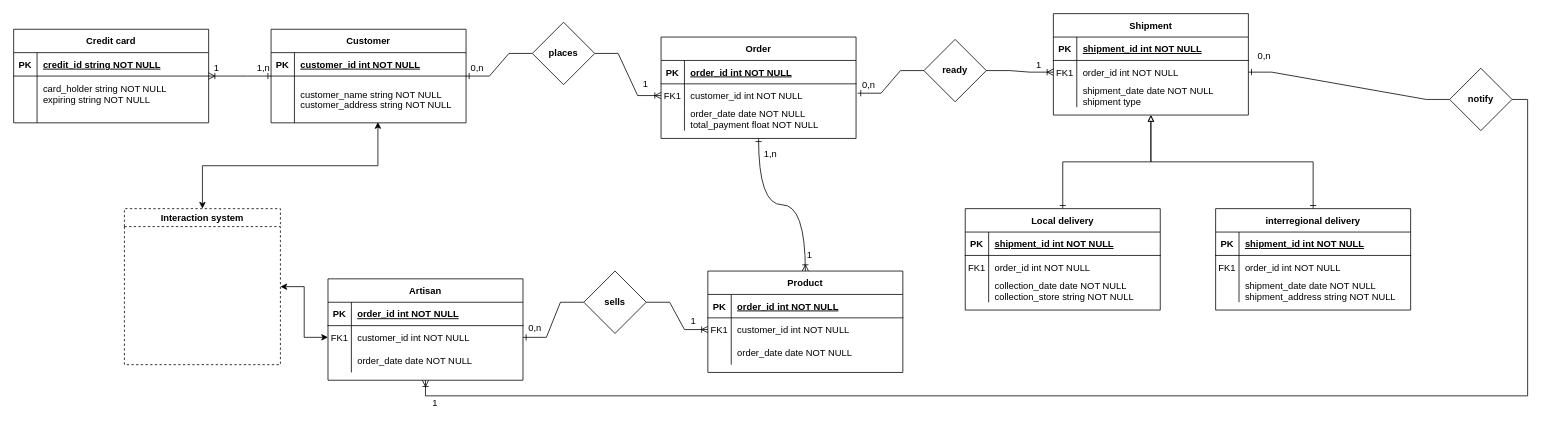
Earlier version of the draw.io diagram ArtisansConsumers.drawio (josura/HCI). Source tidied: cells renumbered, new cells numbered last; positions are measured from the earlier drawing's top-left corner, leaving out a move shared by most shapes. Both pictures are drawn from the tidied source at 78%, with x=0, y=0 at pixel (13, 13).
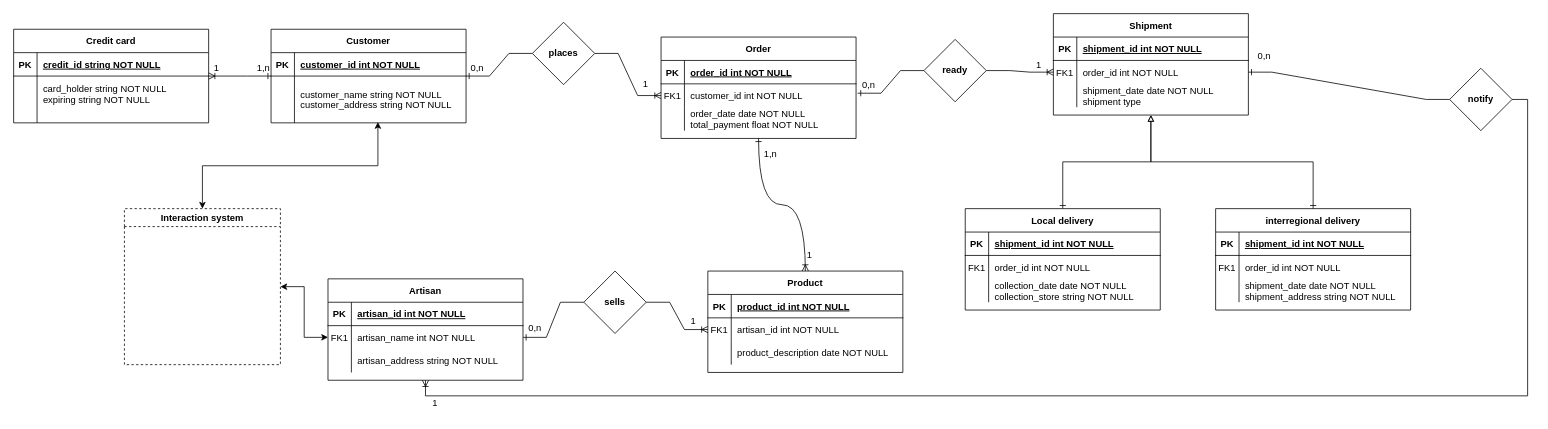
The same page after the edit.

Unchanged cells that the change refers to:
```xml
<mxCell id="73" style="shape=partialRectangle;fillColor=none;top=0;left=0;right=0;bottom=1;" parent="72" vertex="1">
  <mxGeometry y="30" width="250" height="30" as="geometry" />
</mxCell>
<mxCell id="76" style="shape=partialRectangle;fillColor=none;points=[[0,0.5],[1,0.5]];portConstraint=eastwest;top=0;left=0;right=0;bottom=0;" parent="72" vertex="1">
  <mxGeometry y="60" width="250" height="30" as="geometry" />
</mxCell>
<mxCell id="79" style="shape=partialRectangle;fillColor=none;top=0;left=0;right=0;bottom=0;" parent="72" vertex="1">
  <mxGeometry y="90" width="250" height="30" as="geometry" />
</mxCell>
<mxCell id="83" style="shape=partialRectangle;fillColor=none;top=0;left=0;right=0;bottom=1;" parent="82" vertex="1">
  <mxGeometry y="30" width="250" height="30" as="geometry" />
</mxCell>
<mxCell id="86" style="shape=partialRectangle;fillColor=none;points=[[0,0.5],[1,0.5]];portConstraint=eastwest;top=0;left=0;right=0;bottom=0;" parent="82" vertex="1">
  <mxGeometry y="60" width="250" height="30" as="geometry" />
</mxCell>
<mxCell id="89" style="shape=partialRectangle;fillColor=none;top=0;left=0;right=0;bottom=0;" parent="82" vertex="1">
  <mxGeometry y="90" width="250" height="30" as="geometry" />
</mxCell>
```

Diff of the diagram source:
```diff
@@
-    <mxCell id="75" value="order_id int NOT NULL " style="shape=partialRectangle;overflow=hidden;fillColor=none;top=0;left=0;bottom=0;right=0;align=left;spacingLeft=6;fontStyle=5;" parent="73" vertex="1">
+    <mxCell id="75" value="product_id int NOT NULL " style="shape=partialRectangle;overflow=hidden;fillColor=none;top=0;left=0;bottom=0;right=0;align=left;spacingLeft=6;fontStyle=5;" parent="73" vertex="1">
       <mxGeometry x="30" width="220" height="30" as="geometry" />
     </mxCell>
@@
-    <mxCell id="78" value="customer_id int NOT NULL" style="shape=partialRectangle;overflow=hidden;fillColor=none;top=0;left=0;bottom=0;right=0;align=left;spacingLeft=6;" parent="76" vertex="1">
+    <mxCell id="78" value="artisan_id int NOT NULL" style="shape=partialRectangle;overflow=hidden;fillColor=none;top=0;left=0;bottom=0;right=0;align=left;spacingLeft=6;" parent="76" vertex="1">
       <mxGeometry x="30" width="220" height="30" as="geometry" />
     </mxCell>
@@
-    <mxCell id="81" value="order_date date NOT NULL" style="shape=partialRectangle;overflow=hidden;fillColor=none;top=0;left=0;bottom=0;right=0;align=left;spacingLeft=6;" parent="79" vertex="1">
+    <mxCell id="81" value="product_description date NOT NULL" style="shape=partialRectangle;overflow=hidden;fillColor=none;top=0;left=0;bottom=0;right=0;align=left;spacingLeft=6;" parent="79" vertex="1">
       <mxGeometry x="30" width="220" height="30" as="geometry" />
     </mxCell>
@@
-    <mxCell id="85" value="order_id int NOT NULL " style="shape=partialRectangle;overflow=hidden;fillColor=none;top=0;left=0;bottom=0;right=0;align=left;spacingLeft=6;fontStyle=5;" parent="83" vertex="1">
+    <mxCell id="85" value="artisan_id int NOT NULL " style="shape=partialRectangle;overflow=hidden;fillColor=none;top=0;left=0;bottom=0;right=0;align=left;spacingLeft=6;fontStyle=5;" parent="83" vertex="1">
       <mxGeometry x="30" width="220" height="30" as="geometry" />
     </mxCell>
@@
-    <mxCell id="88" value="customer_id int NOT NULL" style="shape=partialRectangle;overflow=hidden;fillColor=none;top=0;left=0;bottom=0;right=0;align=left;spacingLeft=6;" parent="86" vertex="1">
+    <mxCell id="88" value="artisan_name int NOT NULL" style="shape=partialRectangle;overflow=hidden;fillColor=none;top=0;left=0;bottom=0;right=0;align=left;spacingLeft=6;" parent="86" vertex="1">
       <mxGeometry x="30" width="220" height="30" as="geometry" />
     </mxCell>
@@
-    <mxCell id="91" value="order_date date NOT NULL" style="shape=partialRectangle;overflow=hidden;fillColor=none;top=0;left=0;bottom=0;right=0;align=left;spacingLeft=6;" parent="89" vertex="1">
+    <mxCell id="91" value="artisan_address string NOT NULL" style="shape=partialRectangle;overflow=hidden;fillColor=none;top=0;left=0;bottom=0;right=0;align=left;spacingLeft=6;" parent="89" vertex="1">
       <mxGeometry x="30" width="220" height="30" as="geometry" />
     </mxCell>
```
